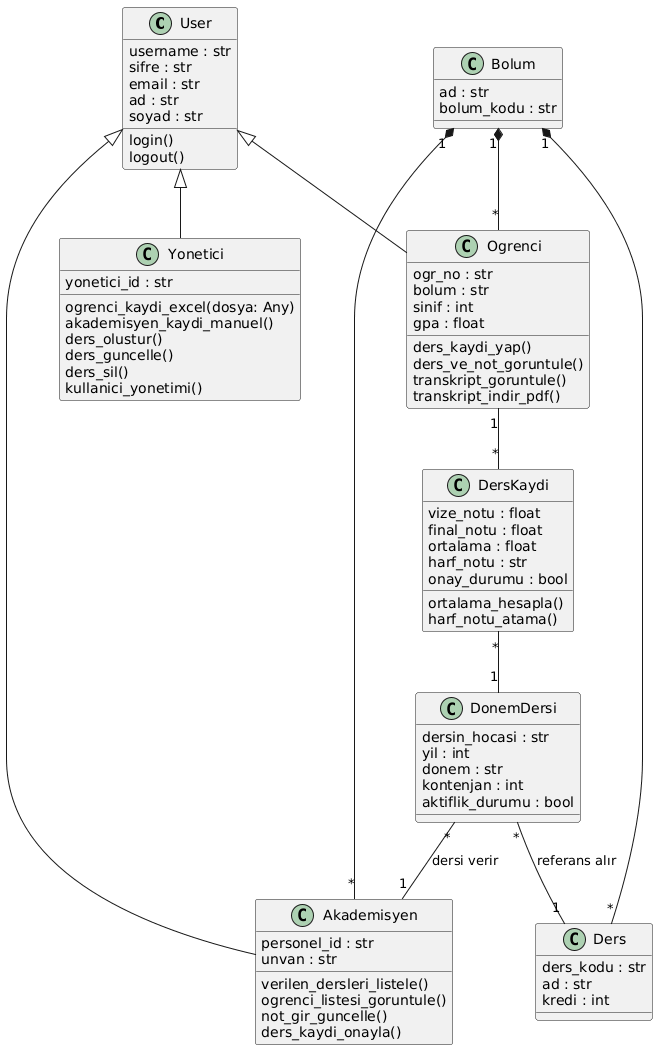
The PlantUML diagram assets/class_diagram.png in Esat-cpu/proje-obs, before a commit.
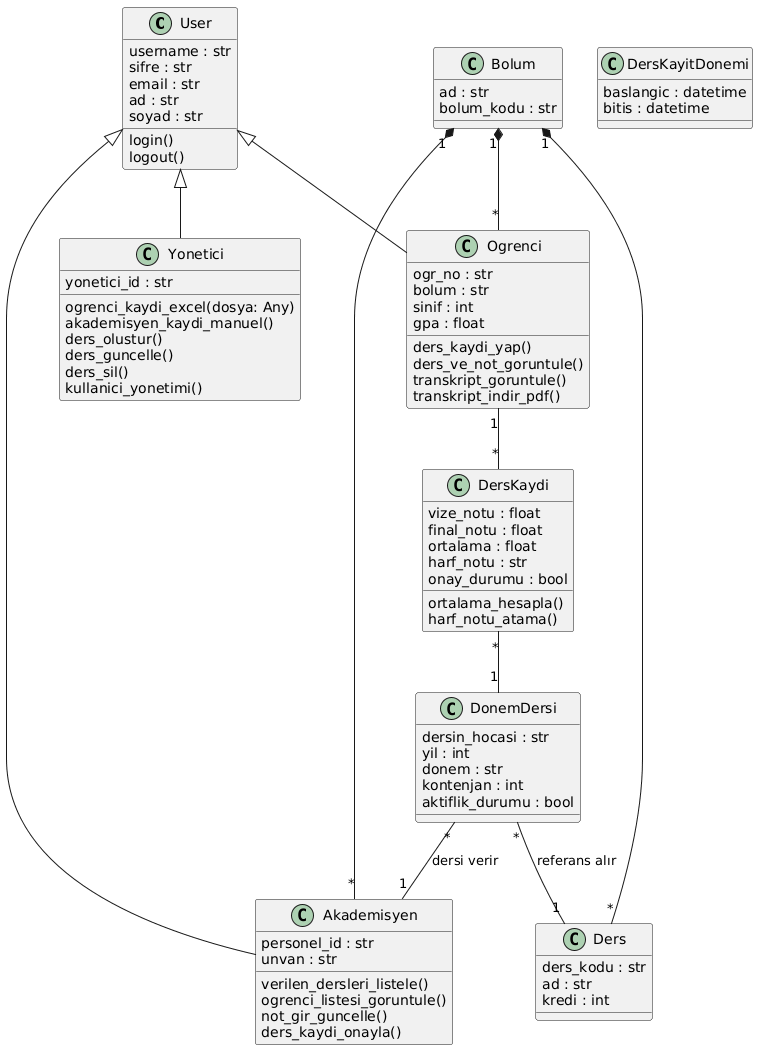
After the change.

Change to the diagram source:
```diff
@@ -69,6 +69,11 @@
   harf_notu_atama()
 }
 
+class DersKayitDonemi {
+    baslangic : datetime
+    bitis : datetime
+}
+
 
 User <|-- Ogrenci
 User <|-- Akademisyen
```
